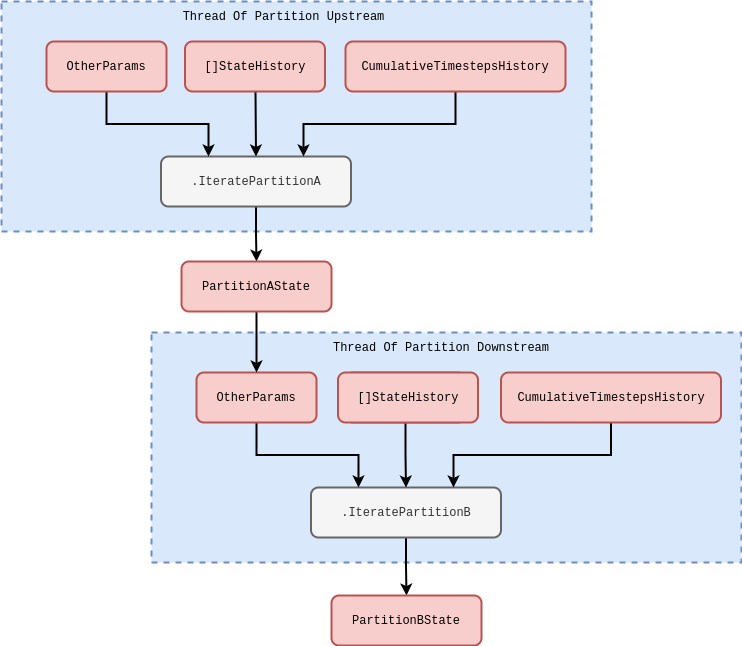
Before: assets/stochadexI/stochadexI-stochadex-parallel-serial.drawio.png, a diagram exported from draw.io (umbralcalc/umbralcalc.github.io). Source tidied: cells renumbered, new cells last; positions are measured from the earlier drawing's top-left corner, leaving out a move shared by most shapes.
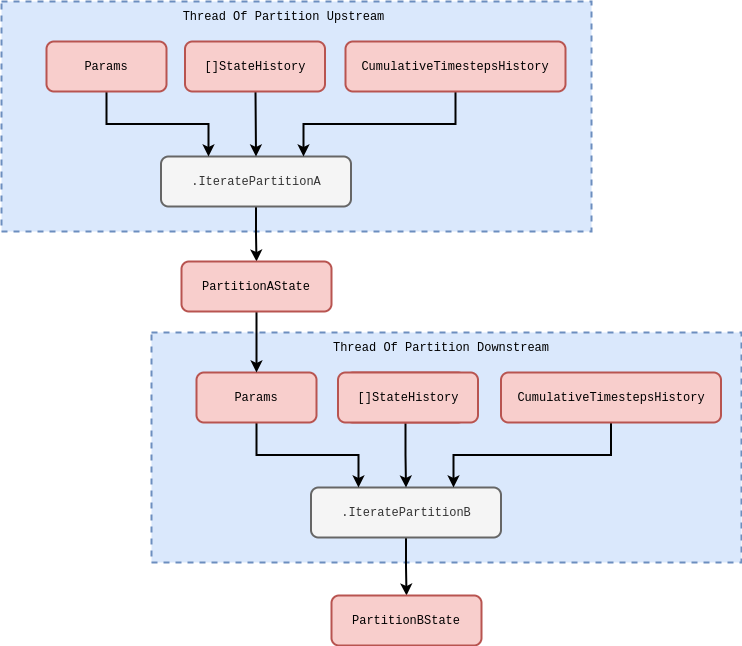
The same file after the commit.

The edit, as a diff of the source:
```diff
@@ -14,7 +14,7 @@
     <mxCell id="5" style="edgeStyle=orthogonalEdgeStyle;rounded=0;jettySize=auto;html=1;entryX=0.25;entryY=0;entryDx=0;entryDy=0;strokeWidth=2;" parent="1" edge="1" source="6" target="4">
       <mxGeometry relative="1" as="geometry" />
     </mxCell>
-    <mxCell id="6" value="&lt;font face=&quot;Courier New&quot;&gt;OtherParams&lt;/font&gt;" style="rounded=1;whiteSpace=wrap;html=1;strokeWidth=2;fillColor=#f8cecc;strokeColor=#b85450;" parent="1" vertex="1">
+    <mxCell id="6" value="&lt;font face=&quot;Courier New&quot;&gt;Params&lt;/font&gt;" style="rounded=1;whiteSpace=wrap;html=1;strokeWidth=2;fillColor=#f8cecc;strokeColor=#b85450;" parent="1" vertex="1">
       <mxGeometry x="195" y="371" width="120" height="50" as="geometry" />
     </mxCell>
     <mxCell id="7" style="edgeStyle=orthogonalEdgeStyle;rounded=0;jettySize=auto;html=1;strokeWidth=2;exitX=0.5;exitY=1;exitDx=0;exitDy=0;" parent="1" edge="1" source="17" target="6">
@@ -44,7 +44,7 @@
     <mxCell id="15" style="edgeStyle=orthogonalEdgeStyle;rounded=0;jettySize=auto;html=1;entryX=0.25;entryY=0;entryDx=0;entryDy=0;strokeWidth=2;" parent="1" edge="1" source="16" target="14">
       <mxGeometry relative="1" as="geometry" />
     </mxCell>
-    <mxCell id="16" value="&lt;font face=&quot;Courier New&quot;&gt;OtherParams&lt;/font&gt;" style="rounded=1;whiteSpace=wrap;html=1;strokeWidth=2;fillColor=#f8cecc;strokeColor=#b85450;" parent="1" vertex="1">
+    <mxCell id="16" value="&lt;font face=&quot;Courier New&quot;&gt;Params&lt;/font&gt;" style="rounded=1;whiteSpace=wrap;html=1;strokeWidth=2;fillColor=#f8cecc;strokeColor=#b85450;" parent="1" vertex="1">
       <mxGeometry x="45" y="40" width="120" height="50" as="geometry" />
     </mxCell>
     <mxCell id="17" value="&lt;font face=&quot;Courier New&quot;&gt;PartitionAState&lt;/font&gt;" style="rounded=1;whiteSpace=wrap;html=1;strokeWidth=2;fillColor=#f8cecc;strokeColor=#b85450;" parent="1" vertex="1">
```
